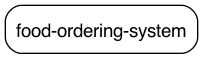
The Graphviz diagram target/dependency-graph.png in Mvitimin/Microservices_study, before a commit. Its source is kept beside it as target/dependency-graph.dot.
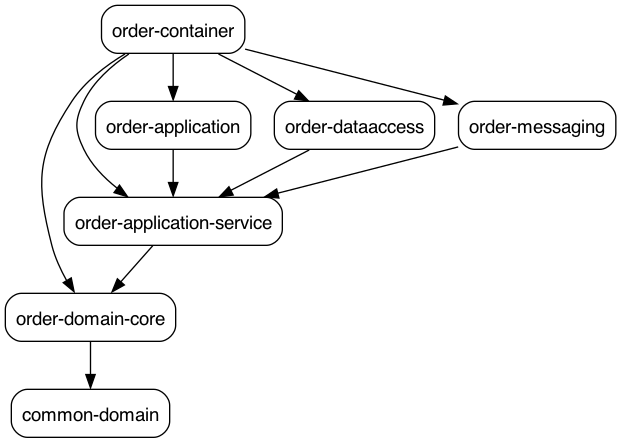
After the change.

What changed in the source:
```diff
@@ -2,6 +2,22 @@
   node [shape="box",style="rounded",fontname="Helvetica",fontsize="14"]
   edge [fontsize="10",fontname="Helvetica"]
 
-  "com.food.ordering.system:food-ordering-system:pom:compile"[label=<food-ordering-system>]
+  "com.food.ordering.system:order-domain-core:jar:compile"[label=<order-domain-core>]
+  "com.food.ordering.system:common-domain:jar:compile"[label=<common-domain>]
+  "com.food.ordering.system:order-application-service:jar:compile"[label=<order-application-service>]
+  "com.food.ordering.system:order-application:jar:compile"[label=<order-application>]
+  "com.food.ordering.system:order-dataaccess:jar:compile"[label=<order-dataaccess>]
+  "com.food.ordering.system:order-messaging:jar:compile"[label=<order-messaging>]
+  "com.food.ordering.system:order-container:jar:compile"[label=<order-container>]
 
+  "com.food.ordering.system:order-domain-core:jar:compile" -> "com.food.ordering.system:common-domain:jar:compile"
+  "com.food.ordering.system:order-application-service:jar:compile" -> "com.food.ordering.system:order-domain-core:jar:compile"
+  "com.food.ordering.system:order-application:jar:compile" -> "com.food.ordering.system:order-application-service:jar:compile"
+  "com.food.ordering.system:order-dataaccess:jar:compile" -> "com.food.ordering.system:order-application-service:jar:compile"
+  "com.food.ordering.system:order-messaging:jar:compile" -> "com.food.ordering.system:order-application-service:jar:compile"
+  "com.food.ordering.system:order-container:jar:compile" -> "com.food.ordering.system:order-domain-core:jar:compile"
+  "com.food.ordering.system:order-container:jar:compile" -> "com.food.ordering.system:order-application-service:jar:compile"
+  "com.food.ordering.system:order-container:jar:compile" -> "com.food.ordering.system:order-application:jar:compile"
+  "com.food.ordering.system:order-container:jar:compile" -> "com.food.ordering.system:order-dataaccess:jar:compile"
+  "com.food.ordering.system:order-container:jar:compile" -> "com.food.ordering.system:order-messaging:jar:compile"
 }
```
